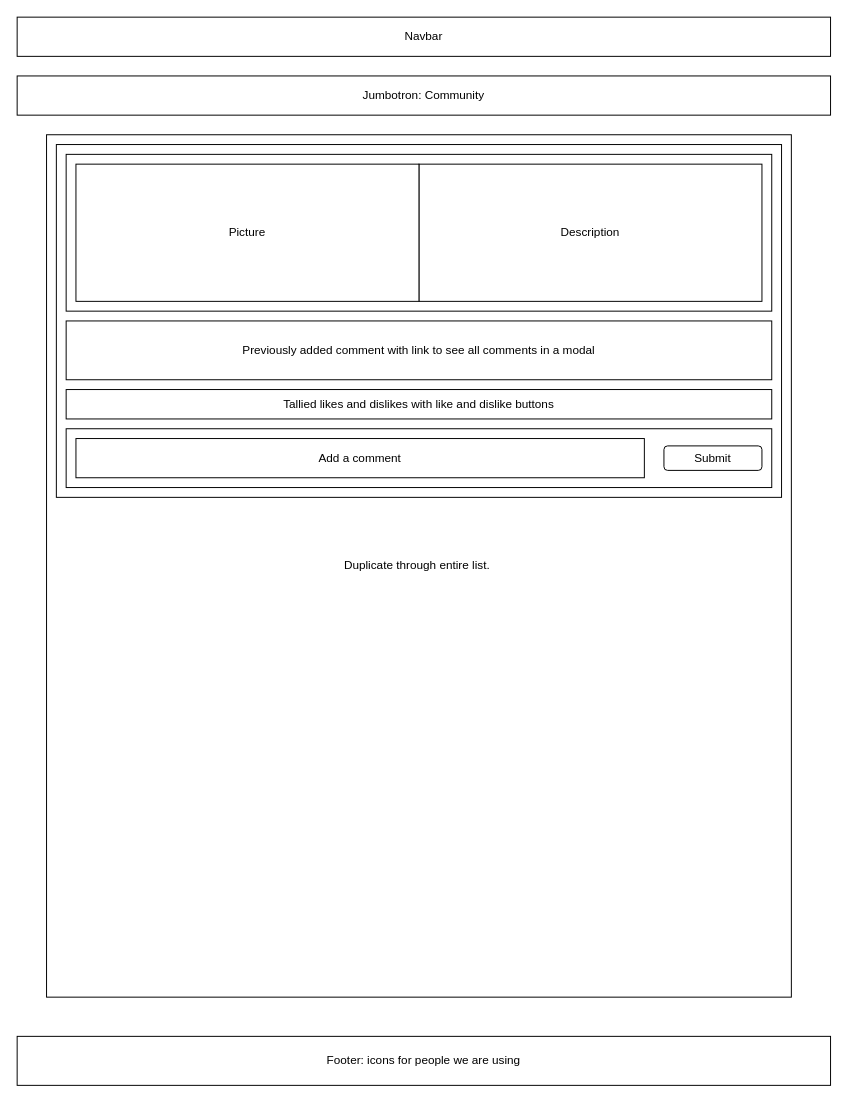
Earlier version of the draw.io diagram page "Community" (3 of 8) of Untitled Diagram.drawio (the-master-chefs/rockclimbingapp). Source tidied: cells renumbered, new cells numbered last; positions are measured from the earlier drawing's top-left corner, leaving out a move shared by most shapes. Both pictures are drawn from the tidied source at 98%, with x=0, y=0 at pixel (17, 17).
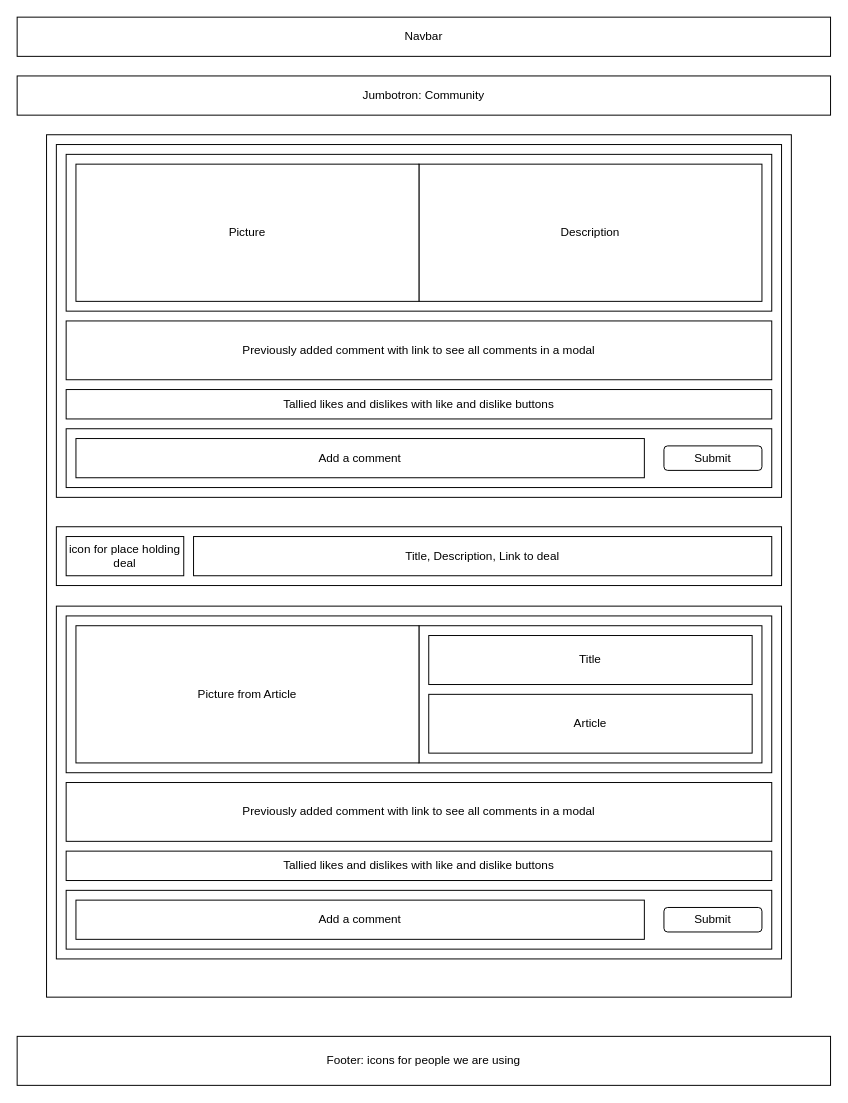
The same diagram, later.

Diff of the diagram source:
```diff
@@
-    <mxCell id="5" value="Duplicate through entire list.&amp;nbsp;" style="rounded=0;whiteSpace=wrap;html=1;" parent="1" vertex="1">
+    <mxCell id="5" style="rounded=0;whiteSpace=wrap;html=1;" parent="1" vertex="1">
       <mxGeometry x="30" y="120" width="760" height="880" as="geometry" />
     </mxCell>
@@
+    <mxCell id="15" style="rounded=0;whiteSpace=wrap;html=1;" parent="1" vertex="1">
+      <mxGeometry x="40" y="520" width="740" height="60" as="geometry" />
+    </mxCell>
+    <mxCell id="16" value="Title, Description, Link to deal" style="rounded=0;whiteSpace=wrap;html=1;" parent="1" vertex="1">
+      <mxGeometry x="180" y="530" width="590" height="40" as="geometry" />
+    </mxCell>
+    <mxCell id="17" value="icon for place holding deal" style="rounded=0;whiteSpace=wrap;html=1;" parent="1" vertex="1">
+      <mxGeometry x="50" y="530" width="120" height="40" as="geometry" />
+    </mxCell>
+    <mxCell id="18" style="rounded=0;whiteSpace=wrap;html=1;" parent="1" vertex="1">
+      <mxGeometry x="40" y="601" width="740" height="360" as="geometry" />
+    </mxCell>
+    <mxCell id="19" style="rounded=0;whiteSpace=wrap;html=1;" parent="1" vertex="1">
+      <mxGeometry x="50" y="891" width="720" height="60" as="geometry" />
+    </mxCell>
+    <mxCell id="20" value="Add a comment" style="rounded=0;whiteSpace=wrap;html=1;" parent="1" vertex="1">
+      <mxGeometry x="60" y="901" width="580" height="40" as="geometry" />
+    </mxCell>
+    <mxCell id="21" value="Submit" style="rounded=1;whiteSpace=wrap;html=1;" parent="1" vertex="1">
+      <mxGeometry x="660" y="908.5" width="100" height="25" as="geometry" />
+    </mxCell>
+    <mxCell id="22" style="rounded=0;whiteSpace=wrap;html=1;" parent="1" vertex="1">
+      <mxGeometry x="50" y="611" width="720" height="160" as="geometry" />
+    </mxCell>
+    <mxCell id="23" style="rounded=0;whiteSpace=wrap;html=1;" parent="1" vertex="1">
+      <mxGeometry x="410" y="621" width="350" height="140" as="geometry" />
+    </mxCell>
+    <mxCell id="24" value="Picture from Article" style="rounded=0;whiteSpace=wrap;html=1;" parent="1" vertex="1">
+      <mxGeometry x="60" y="621" width="350" height="140" as="geometry" />
+    </mxCell>
+    <mxCell id="25" value="Previously added comment with link to see all comments in a modal" style="rounded=0;whiteSpace=wrap;html=1;" parent="1" vertex="1">
+      <mxGeometry x="50" y="781" width="720" height="60" as="geometry" />
+    </mxCell>
+    <mxCell id="26" value="Tallied likes and dislikes with like and dislike buttons" style="rounded=0;whiteSpace=wrap;html=1;" parent="1" vertex="1">
+      <mxGeometry x="50" y="851" width="720" height="30" as="geometry" />
+    </mxCell>
+    <mxCell id="27" value="Title" style="rounded=0;whiteSpace=wrap;html=1;" parent="1" vertex="1">
+      <mxGeometry x="420" y="631" width="330" height="50" as="geometry" />
+    </mxCell>
+    <mxCell id="28" value="Article" style="rounded=0;whiteSpace=wrap;html=1;" parent="1" vertex="1">
+      <mxGeometry x="420" y="691" width="330" height="60" as="geometry" />
+    </mxCell>
```
